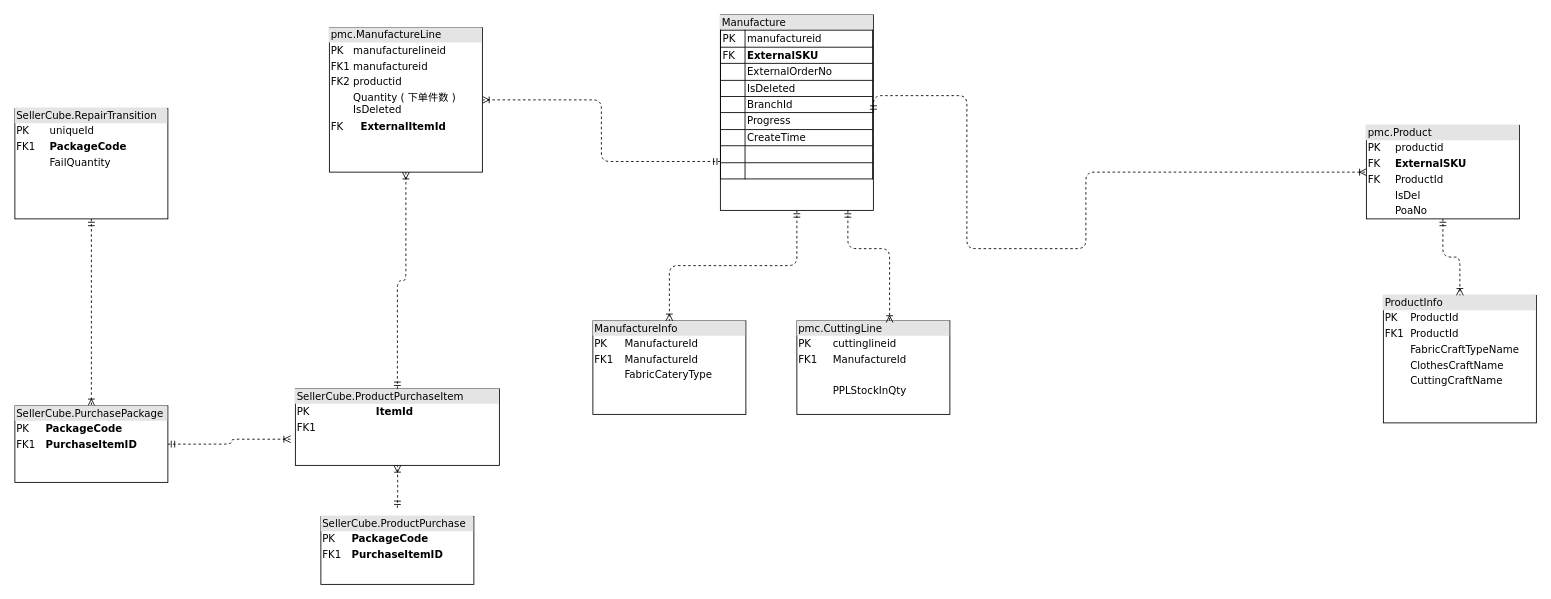
This is PMC_ER.drawio from w-liveinlife/weliveinlife.github.io, a draw.io file, before an edit. Source tidied: cells renumbered, new cells numbered last; positions are measured from the earlier drawing's top-left corner, leaving out a move shared by most shapes. Both pictures are drawn from the tidied source at 85%, with x=0, y=0 at pixel (14, 14).
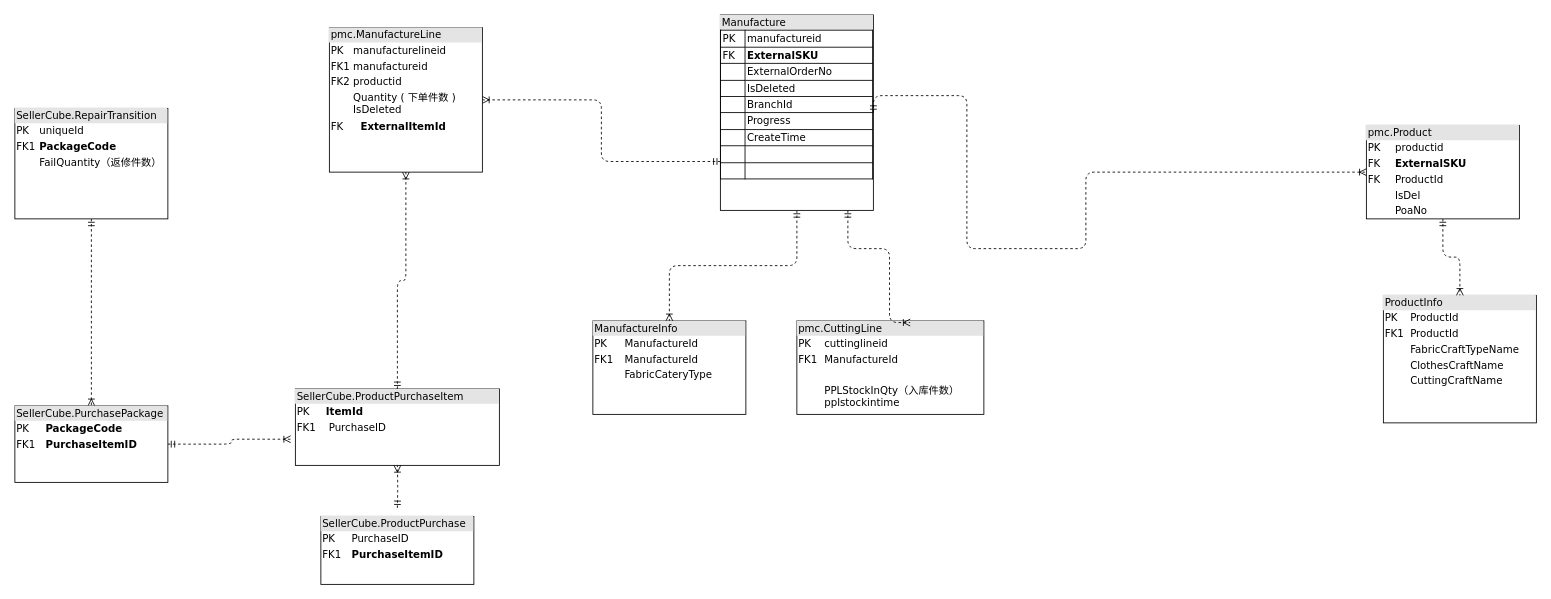
The same diagram, later.

Diff of the diagram source:
```diff
@@
-    <mxCell id="4" value="&lt;div style=&quot;box-sizing: border-box ; width: 100% ; background: #e4e4e4 ; padding: 2px&quot;&gt;SellerCube.RepairTransition&lt;br&gt;&lt;/div&gt;&lt;table style=&quot;width: 100% ; font-size: 1em&quot; cellpadding=&quot;2&quot; cellspacing=&quot;0&quot;&gt;&lt;tbody&gt;&lt;tr&gt;&lt;td&gt;PK&lt;/td&gt;&lt;td&gt;uniqueId&lt;/td&gt;&lt;/tr&gt;&lt;tr&gt;&lt;td&gt;FK1&lt;/td&gt;&lt;td&gt;&lt;b&gt;PackageCode&lt;/b&gt;&lt;/td&gt;&lt;/tr&gt;&lt;tr&gt;&lt;td&gt;&lt;/td&gt;&lt;td&gt;FailQuantity&lt;/td&gt;&lt;/tr&gt;&lt;/tbody&gt;&lt;/table&gt;" style="verticalAlign=top;align=left;overflow=fill;html=1;rounded=0;shadow=0;comic=0;labelBackgroundColor=none;strokeWidth=1;fontFamily=Verdana;fontSize=12;" parent="1" vertex="1">
+    <mxCell id="4" value="&lt;div style=&quot;box-sizing: border-box ; width: 100% ; background: #e4e4e4 ; padding: 2px&quot;&gt;SellerCube.RepairTransition&lt;br&gt;&lt;/div&gt;&lt;table style=&quot;width: 100% ; font-size: 1em&quot; cellpadding=&quot;2&quot; cellspacing=&quot;0&quot;&gt;&lt;tbody&gt;&lt;tr&gt;&lt;td&gt;PK&lt;/td&gt;&lt;td&gt;uniqueId&lt;/td&gt;&lt;/tr&gt;&lt;tr&gt;&lt;td&gt;FK1&lt;/td&gt;&lt;td&gt;&lt;b&gt;PackageCode&lt;/b&gt;&lt;/td&gt;&lt;/tr&gt;&lt;tr&gt;&lt;td&gt;&lt;/td&gt;&lt;td&gt;FailQuantity（返修件数）&lt;/td&gt;&lt;/tr&gt;&lt;/tbody&gt;&lt;/table&gt;" style="verticalAlign=top;align=left;overflow=fill;html=1;rounded=0;shadow=0;comic=0;labelBackgroundColor=none;strokeWidth=1;fontFamily=Verdana;fontSize=12;" parent="1" vertex="1">
       <mxGeometry y="110" width="180" height="130" as="geometry" />
     </mxCell>
@@
-    <mxCell id="12" value="&lt;div style=&quot;box-sizing: border-box ; width: 100% ; background: #e4e4e4 ; padding: 2px&quot;&gt;SellerCube.ProductPurchaseItem&lt;br&gt;&lt;/div&gt;&lt;table style=&quot;width: 100% ; font-size: 1em&quot; cellpadding=&quot;2&quot; cellspacing=&quot;0&quot;&gt;&lt;tbody&gt;&lt;tr&gt;&lt;td&gt;PK&lt;/td&gt;&lt;td&gt;&lt;/td&gt;&lt;td&gt;&lt;b&gt;ItemId&lt;/b&gt;&lt;br&gt;&lt;/td&gt;&lt;/tr&gt;&lt;tr&gt;&lt;td&gt;FK1&lt;/td&gt;&lt;td&gt;&lt;br&gt;&lt;/td&gt;&lt;/tr&gt;&lt;/tbody&gt;&lt;/table&gt;" style="verticalAlign=top;align=left;overflow=fill;html=1;rounded=0;shadow=0;comic=0;labelBackgroundColor=none;strokeWidth=1;fontFamily=Verdana;fontSize=12;" parent="1" vertex="1">
+    <mxCell id="12" value="&lt;div style=&quot;box-sizing: border-box ; width: 100% ; background: #e4e4e4 ; padding: 2px&quot;&gt;SellerCube.ProductPurchaseItem&lt;br&gt;&lt;/div&gt;&lt;table style=&quot;width: 100% ; font-size: 1em&quot; cellpadding=&quot;2&quot; cellspacing=&quot;0&quot;&gt;&lt;tbody&gt;&lt;tr&gt;&lt;td&gt;PK&amp;nbsp; &amp;nbsp; &amp;nbsp;&lt;b&gt;ItemId&lt;/b&gt;&lt;/td&gt;&lt;td&gt;&lt;/td&gt;&lt;td&gt;&lt;br&gt;&lt;/td&gt;&lt;/tr&gt;&lt;tr&gt;&lt;td&gt;FK1&amp;nbsp; &amp;nbsp; PurchaseID&lt;/td&gt;&lt;td&gt;&lt;br&gt;&lt;/td&gt;&lt;/tr&gt;&lt;/tbody&gt;&lt;/table&gt;" style="verticalAlign=top;align=left;overflow=fill;html=1;rounded=0;shadow=0;comic=0;labelBackgroundColor=none;strokeWidth=1;fontFamily=Verdana;fontSize=12;" parent="1" vertex="1">
       <mxGeometry x="330" y="440" width="240" height="90" as="geometry" />
     </mxCell>
@@
-    <mxCell id="14" value="&lt;div style=&quot;box-sizing: border-box ; width: 100% ; background: #e4e4e4 ; padding: 2px&quot;&gt;pmc.CuttingLine&lt;/div&gt;&lt;table style=&quot;width: 100% ; font-size: 1em&quot; cellpadding=&quot;2&quot; cellspacing=&quot;0&quot;&gt;&lt;tbody&gt;&lt;tr&gt;&lt;td&gt;PK&lt;/td&gt;&lt;td&gt;cuttinglineid&lt;/td&gt;&lt;/tr&gt;&lt;tr&gt;&lt;td&gt;FK1&lt;/td&gt;&lt;td&gt;ManufactureId&lt;/td&gt;&lt;/tr&gt;&lt;tr&gt;&lt;td&gt;&lt;/td&gt;&lt;td&gt;&lt;br&gt;&lt;/td&gt;&lt;/tr&gt;&lt;tr&gt;&lt;td&gt;&lt;/td&gt;&lt;td&gt;PPLStockInQty&lt;br&gt;&lt;/td&gt;&lt;/tr&gt;&lt;tr&gt;&lt;td&gt;&lt;br&gt;&lt;/td&gt;&lt;td&gt;&lt;br&gt;&lt;/td&gt;&lt;/tr&gt;&lt;tr&gt;&lt;td&gt;&lt;br&gt;&lt;/td&gt;&lt;td&gt;&lt;br&gt;&lt;/td&gt;&lt;/tr&gt;&lt;/tbody&gt;&lt;/table&gt;" style="verticalAlign=top;align=left;overflow=fill;html=1;rounded=0;shadow=0;comic=0;labelBackgroundColor=none;strokeWidth=1;fontFamily=Verdana;fontSize=12;" parent="1" vertex="1">
-      <mxGeometry x="920" y="360" width="180" height="110" as="geometry" />
+    <mxCell id="14" value="&lt;div style=&quot;box-sizing: border-box ; width: 100% ; background: #e4e4e4 ; padding: 2px&quot;&gt;pmc.CuttingLine&lt;/div&gt;&lt;table style=&quot;width: 100% ; font-size: 1em&quot; cellpadding=&quot;2&quot; cellspacing=&quot;0&quot;&gt;&lt;tbody&gt;&lt;tr&gt;&lt;td&gt;PK&lt;/td&gt;&lt;td&gt;cuttinglineid&lt;/td&gt;&lt;/tr&gt;&lt;tr&gt;&lt;td&gt;FK1&lt;/td&gt;&lt;td&gt;ManufactureId&lt;/td&gt;&lt;/tr&gt;&lt;tr&gt;&lt;td&gt;&lt;/td&gt;&lt;td&gt;&lt;br&gt;&lt;/td&gt;&lt;/tr&gt;&lt;tr&gt;&lt;td&gt;&lt;/td&gt;&lt;td&gt;PPLStockInQty（入库件数）&lt;br&gt;pplstockintime&lt;/td&gt;&lt;/tr&gt;&lt;tr&gt;&lt;td&gt;&lt;br&gt;&lt;/td&gt;&lt;td&gt;&lt;br&gt;&lt;/td&gt;&lt;/tr&gt;&lt;tr&gt;&lt;td&gt;&lt;br&gt;&lt;/td&gt;&lt;td&gt;&lt;br&gt;&lt;/td&gt;&lt;/tr&gt;&lt;/tbody&gt;&lt;/table&gt;" style="verticalAlign=top;align=left;overflow=fill;html=1;rounded=0;shadow=0;comic=0;labelBackgroundColor=none;strokeWidth=1;fontFamily=Verdana;fontSize=12;" parent="1" vertex="1">
+      <mxGeometry x="920" y="360" width="220" height="110" as="geometry" />
     </mxCell>
@@
-    <mxCell id="20" value="&lt;div style=&quot;box-sizing: border-box ; width: 100% ; background: #e4e4e4 ; padding: 2px&quot;&gt;SellerCube.ProductPurchase&lt;/div&gt;&lt;table style=&quot;width: 100% ; font-size: 1em&quot; cellpadding=&quot;2&quot; cellspacing=&quot;0&quot;&gt;&lt;tbody&gt;&lt;tr&gt;&lt;td&gt;PK&lt;/td&gt;&lt;td&gt;&lt;b&gt;PackageCode&lt;br&gt;&lt;/b&gt;&lt;/td&gt;&lt;/tr&gt;&lt;tr&gt;&lt;td&gt;FK1&lt;/td&gt;&lt;td&gt;&lt;b&gt;PurchaseItemID&lt;/b&gt;&lt;/td&gt;&lt;/tr&gt;&lt;tr&gt;&lt;td&gt;&lt;/td&gt;&lt;td&gt;&lt;br&gt;&lt;/td&gt;&lt;/tr&gt;&lt;/tbody&gt;&lt;/table&gt;" style="verticalAlign=top;align=left;overflow=fill;html=1;rounded=0;shadow=0;comic=0;labelBackgroundColor=none;strokeWidth=1;fontFamily=Verdana;fontSize=12;" parent="1" vertex="1">
+    <mxCell id="20" value="&lt;div style=&quot;box-sizing: border-box ; width: 100% ; background: #e4e4e4 ; padding: 2px&quot;&gt;SellerCube.ProductPurchase&lt;/div&gt;&lt;table style=&quot;width: 100% ; font-size: 1em&quot; cellpadding=&quot;2&quot; cellspacing=&quot;0&quot;&gt;&lt;tbody&gt;&lt;tr&gt;&lt;td&gt;PK&lt;/td&gt;&lt;td&gt;PurchaseID&lt;b&gt;&lt;br&gt;&lt;/b&gt;&lt;/td&gt;&lt;/tr&gt;&lt;tr&gt;&lt;td&gt;FK1&lt;/td&gt;&lt;td&gt;&lt;b&gt;PurchaseItemID&lt;/b&gt;&lt;/td&gt;&lt;/tr&gt;&lt;tr&gt;&lt;td&gt;&lt;/td&gt;&lt;td&gt;&lt;br&gt;&lt;/td&gt;&lt;/tr&gt;&lt;/tbody&gt;&lt;/table&gt;" style="verticalAlign=top;align=left;overflow=fill;html=1;rounded=0;shadow=0;comic=0;labelBackgroundColor=none;strokeWidth=1;fontFamily=Verdana;fontSize=12;" parent="1" vertex="1">
       <mxGeometry x="360" y="590" width="180" height="80" as="geometry" />
     </mxCell>
```
